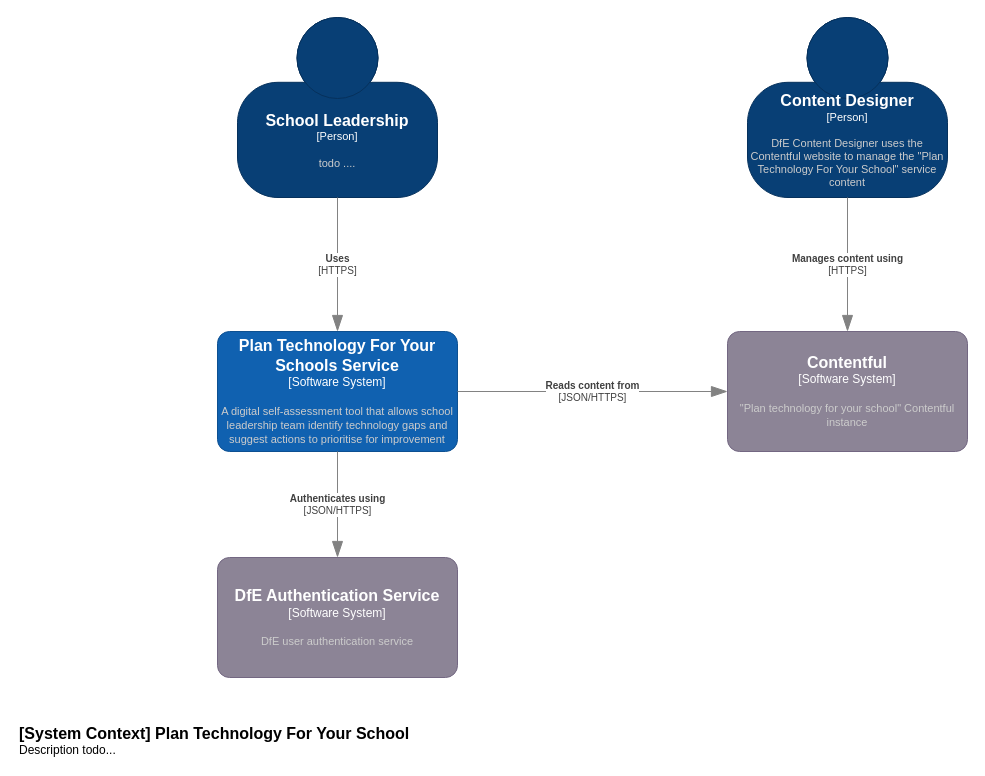
This is page "system-context" (1 of 3) of docs/diagrams/c4-model.drawio from DFE-Digital/sts-plan-technology-for-your-school, a draw.io file, before an edit. Source tidied: cells renumbered, new cells numbered last; positions are measured from the earlier drawing's top-left corner, leaving out a move shared by most shapes. Both pictures are drawn from the tidied source at 100%, with x=0, y=0 at pixel (17, 17).
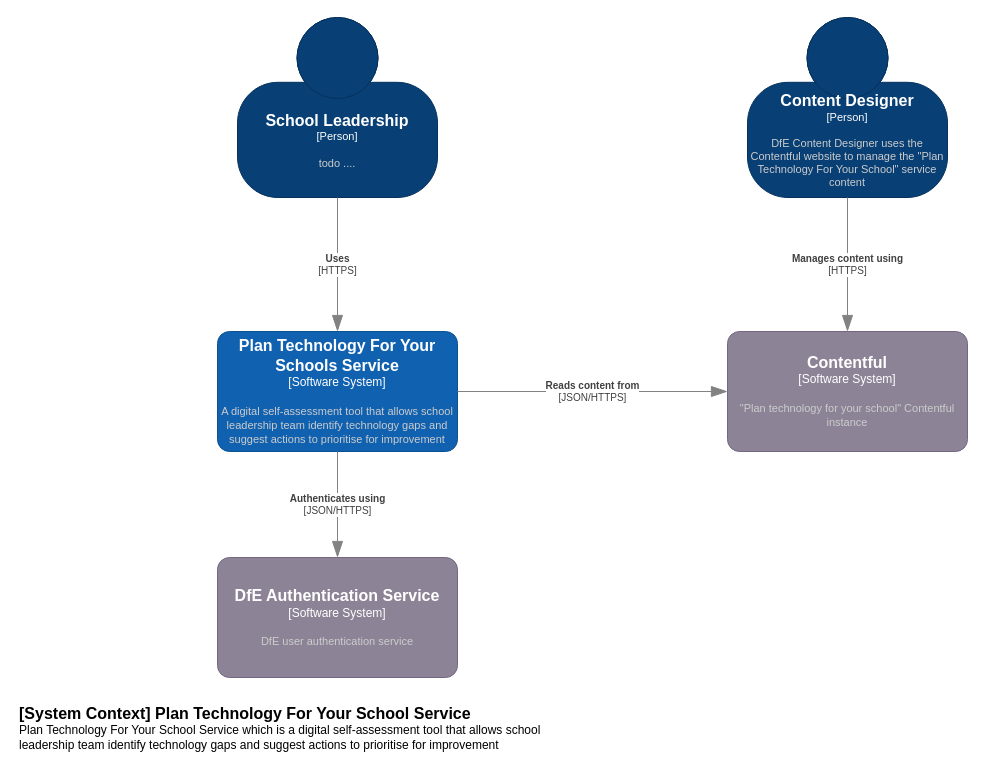
The same page after the edit.

Change to the diagram source:
```diff
@@
 <mxGraphModel>
   <root>
     <mxCell id="0" />
     <mxCell id="1" parent="0" />
     <object id="2" label="&lt;font style=&quot;font-size: 16px&quot;&gt;&lt;b&gt;%c4Name%&lt;/b&gt;&lt;/font&gt;&lt;div&gt;[%c4Type%]&lt;/div&gt;&lt;br&gt;&lt;div&gt;&lt;font style=&quot;font-size: 11px&quot;&gt;&lt;font color=&quot;#cccccc&quot;&gt;%c4Description%&lt;/font&gt;&lt;/div&gt;" c4Description="&quot;Plan technology for your school&quot; Contentful instance" c4Name="Contentful" c4Type="Software System" placeholders="1">
       <mxCell style="rounded=1;whiteSpace=wrap;html=1;labelBackgroundColor=none;fillColor=#8C8496;fontColor=#ffffff;align=center;arcSize=10;strokeColor=#736782;points=[[0.25,0,0],[0.5,0,0],[0.75,0,0],[1,0.25,0],[1,0.5,0],[1,0.75,0],[0.75,1,0],[0.5,1,0],[0.25,1,0],[0,0.75,0],[0,0.5,0],[0,0.25,0]];" parent="1" vertex="1">
         <mxGeometry x="710" y="314" width="240" height="120" as="geometry" />
       </mxCell>
     </object>
     <object id="3" label="&lt;font style=&quot;font-size: 16px&quot;&gt;&lt;b&gt;%c4Name%&lt;/b&gt;&lt;/font&gt;&lt;div&gt;[%c4Type%]&lt;/div&gt;&lt;br&gt;&lt;div&gt;&lt;font style=&quot;font-size: 11px&quot;&gt;&lt;font color=&quot;#cccccc&quot;&gt;%c4Description%&lt;/font&gt;&lt;/div&gt;" c4Description="DfE Content Designer uses the Contentful website to manage the &quot;Plan Technology For Your School&quot; service content" c4Name="Content Designer" c4Type="Person" placeholders="1">
       <mxCell style="html=1;fontSize=11;dashed=0;whiteSpace=wrap;fillColor=#083F75;strokeColor=#06315C;fontColor=#ffffff;shape=mxgraph.c4.person2;align=center;points=[[0.5,0,0],[1,0.5,0],[1,0.75,0],[0.75,1,0],[0.5,1,0],[0.25,1,0],[0,0.75,0],[0,0.5,0]];" parent="1" vertex="1">
         <mxGeometry x="730" width="200" height="180" as="geometry" />
       </mxCell>
     </object>
     <object id="4" label="&lt;div style=&quot;text-align: left&quot;&gt;&lt;div style=&quot;text-align: center&quot;&gt;&lt;b&gt;%c4Description%&lt;/b&gt;&lt;/div&gt;&lt;div style=&quot;text-align: center&quot;&gt;[%c4Technology%]&lt;/div&gt;&lt;/div&gt;" c4Description="Manages content using" c4Technology="HTTPS" placeholders="1">
       <mxCell style="endArrow=blockThin;html=1;fontSize=10;fontColor=#404040;strokeWidth=1;endFill=1;strokeColor=#828282;elbow=vertical;endSize=14;startSize=14;jumpStyle=arc;jumpSize=16;rounded=0;edgeStyle=orthogonalEdgeStyle;exitX=0.5;exitY=1;exitDx=0;exitDy=0;exitPerimeter=0;" parent="1" edge="1" source="3" target="2">
         <mxGeometry relative="1" as="geometry" />
       </mxCell>
     </object>
     <object id="5" label="&lt;font style=&quot;font-size: 16px&quot;&gt;&lt;b&gt;%c4Name%&lt;/b&gt;&lt;/font&gt;&lt;div&gt;[%c4Type%]&lt;/div&gt;&lt;br&gt;&lt;div&gt;&lt;font style=&quot;font-size: 11px&quot;&gt;&lt;font color=&quot;#cccccc&quot;&gt;%c4Description%&lt;/font&gt;&lt;/div&gt;" c4Description="DfE user authentication service" c4Name="DfE Authentication Service" c4Type="Software System" placeholders="1">
       <mxCell style="rounded=1;whiteSpace=wrap;html=1;labelBackgroundColor=none;fillColor=#8C8496;fontColor=#ffffff;align=center;arcSize=10;strokeColor=#736782;points=[[0.25,0,0],[0.5,0,0],[0.75,0,0],[1,0.25,0],[1,0.5,0],[1,0.75,0],[0.75,1,0],[0.5,1,0],[0.25,1,0],[0,0.75,0],[0,0.5,0],[0,0.25,0]];" parent="1" vertex="1">
         <mxGeometry x="200" y="540" width="240" height="120" as="geometry" />
       </mxCell>
     </object>
     <object id="6" label="&lt;font style=&quot;font-size: 16px&quot;&gt;&lt;b&gt;%c4Name%&lt;/b&gt;&lt;/font&gt;&lt;div&gt;[%c4Type%]&lt;/div&gt;&lt;br&gt;&lt;div&gt;&lt;font style=&quot;font-size: 11px&quot;&gt;&lt;font color=&quot;#cccccc&quot;&gt;%c4Description%&lt;/font&gt;&lt;/div&gt;" c4Description="A digital self-assessment tool that allows school leadership team identify technology gaps and suggest actions to prioritise for improvement" c4Name="Plan Technology For Your Schools Service" c4Type="Software System" placeholders="1">
       <mxCell style="rounded=1;whiteSpace=wrap;html=1;labelBackgroundColor=none;fillColor=#1061B0;fontColor=#ffffff;align=center;arcSize=10;strokeColor=#0D5091;points=[[0.25,0,0],[0.5,0,0],[0.75,0,0],[1,0.25,0],[1,0.5,0],[1,0.75,0],[0.75,1,0],[0.5,1,0],[0.25,1,0],[0,0.75,0],[0,0.5,0],[0,0.25,0]];" parent="1" vertex="1">
         <mxGeometry x="200" y="314" width="240" height="120" as="geometry" />
       </mxCell>
     </object>
     <object id="7" label="&lt;div style=&quot;text-align: left&quot;&gt;&lt;div style=&quot;text-align: center&quot;&gt;&lt;b&gt;%c4Description%&lt;/b&gt;&lt;/div&gt;&lt;div style=&quot;text-align: center&quot;&gt;[%c4Technology%]&lt;/div&gt;&lt;/div&gt;" c4Description="Reads content from" c4Technology="JSON/HTTPS" placeholders="1">
       <mxCell style="endArrow=blockThin;html=1;fontSize=10;fontColor=#404040;strokeWidth=1;endFill=1;strokeColor=#828282;elbow=vertical;endSize=14;startSize=14;jumpStyle=arc;jumpSize=16;rounded=0;edgeStyle=orthogonalEdgeStyle;exitX=1;exitY=0.5;exitDx=0;exitDy=0;exitPerimeter=0;entryX=0;entryY=0.5;entryDx=0;entryDy=0;entryPerimeter=0;" parent="1" edge="1" source="6" target="2">
         <mxGeometry relative="1" as="geometry" />
       </mxCell>
     </object>
     <object id="8" label="&lt;div style=&quot;text-align: left&quot;&gt;&lt;div style=&quot;text-align: center&quot;&gt;&lt;b&gt;%c4Description%&lt;/b&gt;&lt;/div&gt;&lt;div style=&quot;text-align: center&quot;&gt;[%c4Technology%]&lt;/div&gt;&lt;/div&gt;" c4Description="Authenticates using" c4Technology="JSON/HTTPS" placeholders="1">
       <mxCell style="endArrow=blockThin;html=1;fontSize=10;fontColor=#404040;strokeWidth=1;endFill=1;strokeColor=#828282;elbow=vertical;endSize=14;startSize=14;jumpStyle=arc;jumpSize=16;rounded=0;edgeStyle=orthogonalEdgeStyle;exitX=0.5;exitY=1;exitDx=0;exitDy=0;exitPerimeter=0;entryX=0.5;entryY=0;entryDx=0;entryDy=0;entryPerimeter=0;" parent="1" edge="1" source="6" target="5">
         <mxGeometry relative="1" as="geometry" />
       </mxCell>
     </object>
     <object id="9" label="&lt;font style=&quot;font-size: 16px&quot;&gt;&lt;b&gt;%c4Name%&lt;/b&gt;&lt;/font&gt;&lt;div&gt;[%c4Type%]&lt;/div&gt;&lt;br&gt;&lt;div&gt;&lt;font style=&quot;font-size: 11px&quot;&gt;&lt;font color=&quot;#cccccc&quot;&gt;%c4Description%&lt;/font&gt;&lt;/div&gt;" c4Description="todo ...." c4Name="School Leadership" c4Type="Person" placeholders="1">
       <mxCell style="html=1;fontSize=11;dashed=0;whiteSpace=wrap;fillColor=#083F75;strokeColor=#06315C;fontColor=#ffffff;shape=mxgraph.c4.person2;align=center;points=[[0.5,0,0],[1,0.5,0],[1,0.75,0],[0.75,1,0],[0.5,1,0],[0.25,1,0],[0,0.75,0],[0,0.5,0]];" parent="1" vertex="1">
         <mxGeometry x="220" width="200" height="180" as="geometry" />
       </mxCell>
     </object>
-    <object id="10" label="&lt;font style=&quot;font-size: 16px&quot;&gt;&lt;b&gt;&lt;div style=&quot;text-align: left&quot;&gt;%c4Name%&lt;/div&gt;&lt;/b&gt;&lt;/font&gt;&lt;div style=&quot;text-align: left&quot;&gt;%c4Description%&lt;/div&gt;" c4Description="Description todo..." c4Name="[System Context] Plan Technology For Your School" placeholders="1">
+    <object id="10" label="&lt;font style=&quot;font-size: 16px&quot;&gt;&lt;b&gt;&lt;div style=&quot;text-align: left&quot;&gt;%c4Name%&lt;/div&gt;&lt;/b&gt;&lt;/font&gt;&lt;div style=&quot;text-align: left&quot;&gt;%c4Description%&lt;/div&gt;" c4Description="Plan Technology For Your School Service which is a digital self-assessment tool that allows school leadership team identify technology gaps and suggest actions to prioritise for improvement" c4Name="[System Context] Plan Technology For Your School Service" placeholders="1">
       <mxCell style="text;html=1;strokeColor=none;fillColor=none;align=left;verticalAlign=top;whiteSpace=wrap;rounded=0;" parent="1" vertex="1">
-        <mxGeometry y="700" width="465" height="40" as="geometry" />
+        <mxGeometry y="680" width="550" height="60" as="geometry" />
       </mxCell>
     </object>
     <object id="11" label="&lt;div style=&quot;text-align: left&quot;&gt;&lt;div style=&quot;text-align: center&quot;&gt;&lt;b&gt;%c4Description%&lt;/b&gt;&lt;/div&gt;&lt;div style=&quot;text-align: center&quot;&gt;[%c4Technology%]&lt;/div&gt;&lt;/div&gt;" c4Description="Uses" c4Technology="HTTPS" placeholders="1">
       <mxCell style="endArrow=blockThin;html=1;fontSize=10;fontColor=#404040;strokeWidth=1;endFill=1;strokeColor=#828282;elbow=vertical;endSize=14;startSize=14;jumpStyle=arc;jumpSize=16;rounded=0;edgeStyle=orthogonalEdgeStyle;exitX=0.5;exitY=1;exitDx=0;exitDy=0;exitPerimeter=0;entryX=0.5;entryY=0;entryDx=0;entryDy=0;entryPerimeter=0;" parent="1" edge="1" source="9" target="6">
         <mxGeometry relative="1" as="geometry" />
       </mxCell>
     </object>
   </root>
 </mxGraphModel>
```
